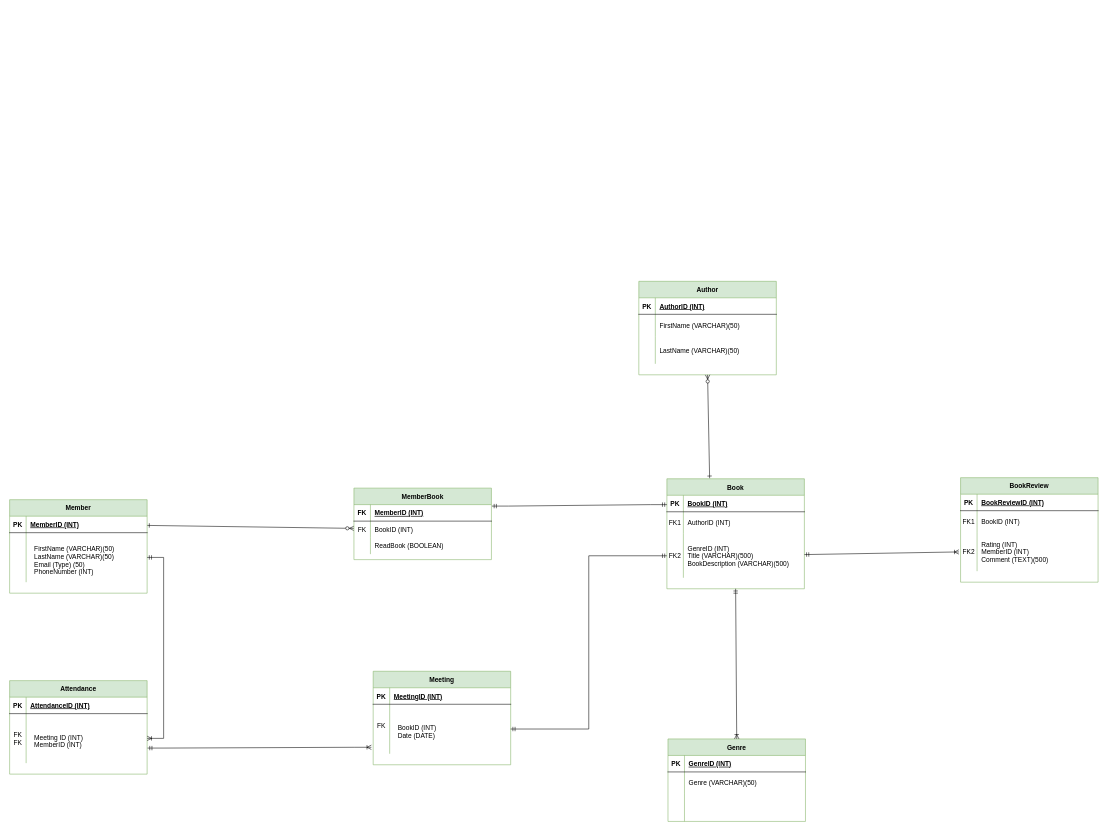
This is ERD_BookClub.drawio from SamanthaVS-BBD/Database-levelup-bookClub, a draw.io file, before an edit. Source tidied: cells renumbered, new cells numbered last; positions are measured from the earlier drawing's top-left corner, leaving out a move shared by most shapes. Both pictures are drawn from the tidied source at 55%, with x=0, y=0 at pixel (9, 281).
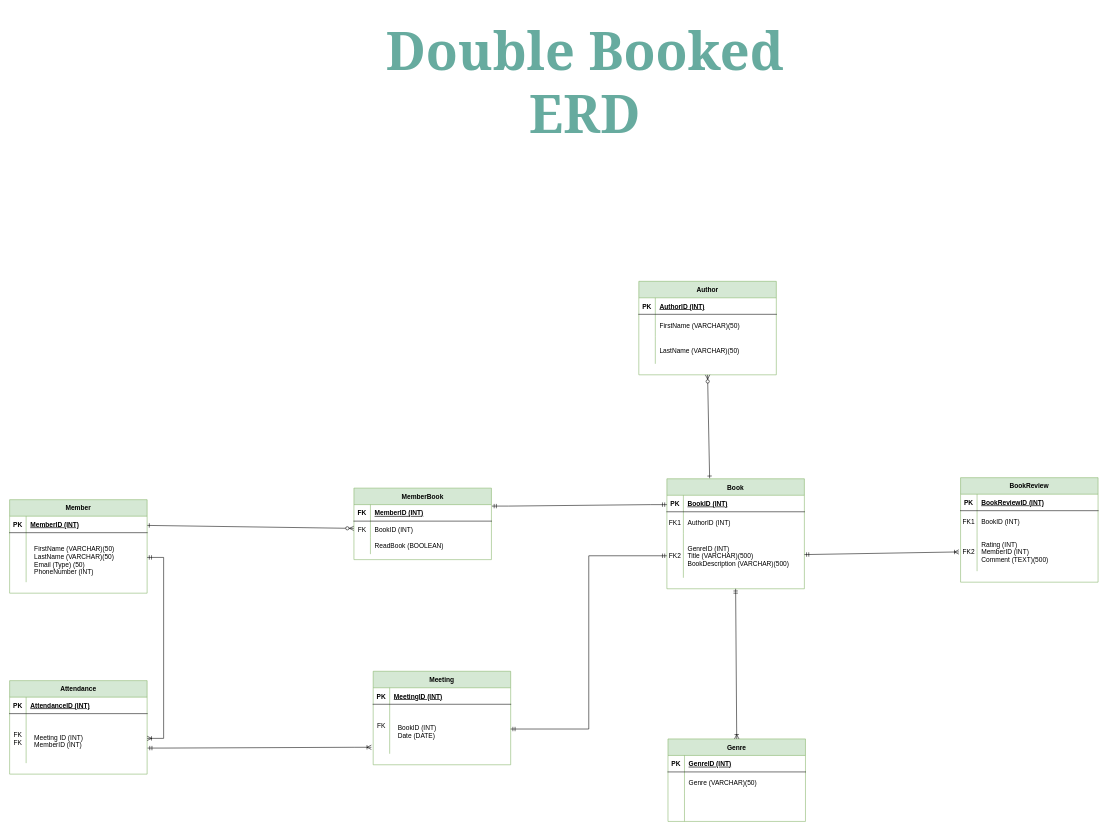
The same diagram, later.

Commit message:
Update ERD_BookClub.drawio. Another Another one

Diff of the diagram source:
```diff
@@
+    <mxCell id="81" value="&lt;h1&gt;&lt;font color=&quot;#67ab9f&quot; style=&quot;font-size: 95px;&quot;&gt;Double Booked ERD&lt;/font&gt;&lt;/h1&gt;" style="text;html=1;align=center;verticalAlign=middle;whiteSpace=wrap;rounded=0;fontFamily=Georgia;" parent="1" vertex="1">
+      <mxGeometry x="628" y="-379" width="836" height="30" as="geometry" />
+    </mxCell>
```
